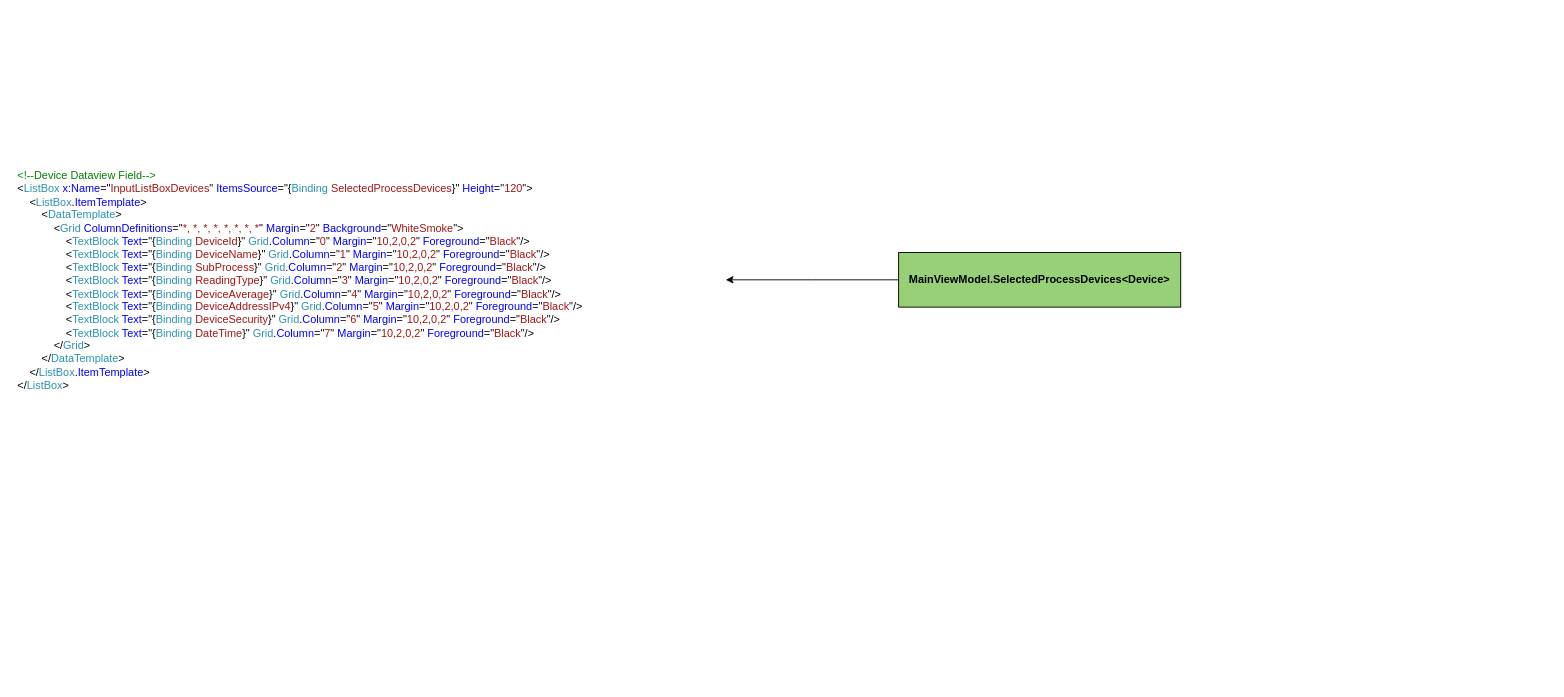
The draw.io diagram page "Logic MindMap" (8 of 8) of MyICSv2.1-LOGIC-GeneralSchema.drawio in reccejack/MyICS_2.1_Working, before the edit. Source tidied: cells renumbered, new cells numbered last; positions are measured from the earlier drawing's top-left corner, leaving out a move shared by most shapes. Both pictures are drawn from the tidied source at 91%, with x=0, y=0 at pixel (15, 152).
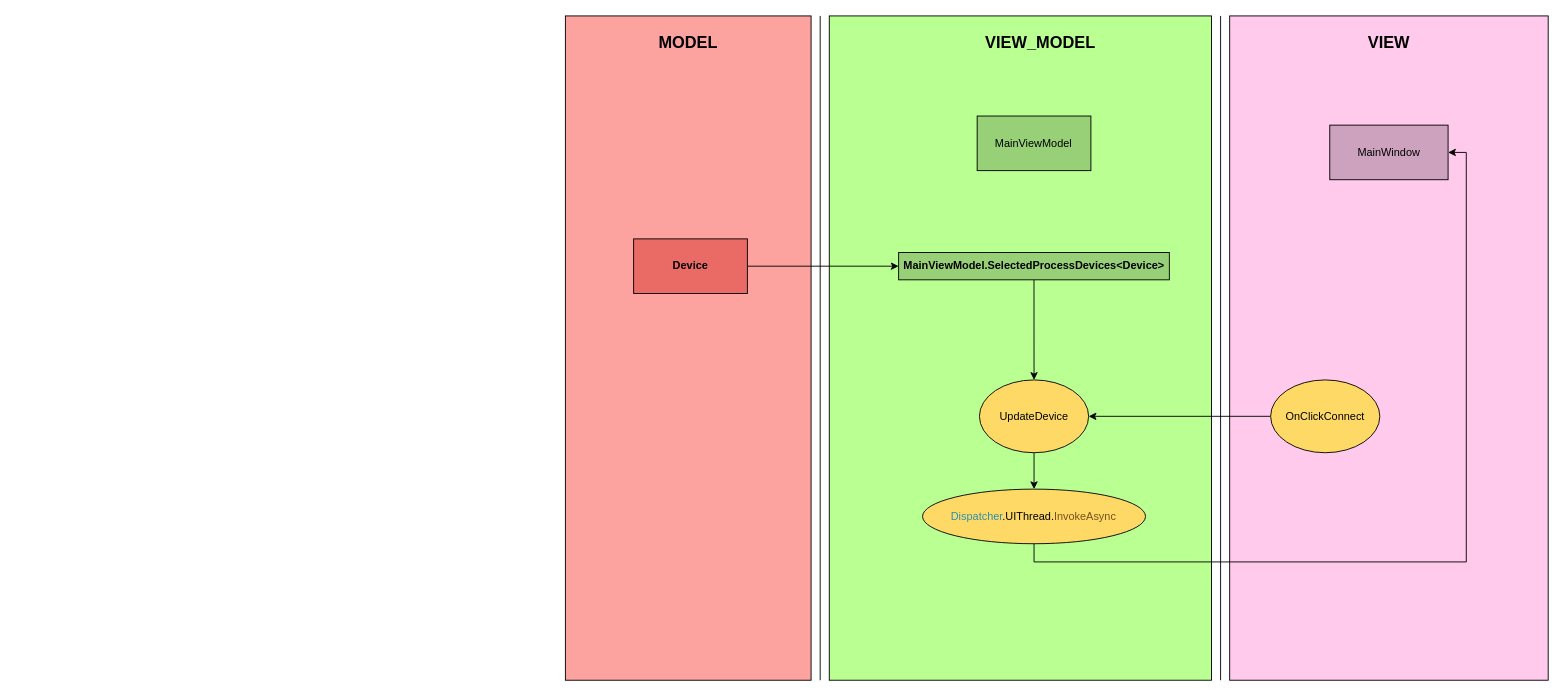
The same page after the edit.

Change to the diagram source:
```diff
@@
-    <mxCell id="2" value="&lt;pre style=&quot;font-family: &amp;quot;cascadia mono&amp;quot; ; font-size: 9pt ; color: #000000&quot;&gt;&lt;span style=&quot;color: #008000&quot;&gt;&amp;lt;!--Device Dataview Field--&amp;gt;&lt;/span&gt;&#10;&amp;lt;&lt;span style=&quot;color: #2b91af&quot;&gt;ListBox&lt;/span&gt; &lt;span style=&quot;color: #0000ff&quot;&gt;x:Name&lt;/span&gt;=&quot;&lt;span style=&quot;color: #a31515&quot;&gt;InputListBoxDevices&lt;/span&gt;&quot; &lt;span style=&quot;color: #0000ff&quot;&gt;ItemsSource&lt;/span&gt;=&quot;{&lt;span style=&quot;color: #2b91af&quot;&gt;Binding&lt;/span&gt; &lt;span style=&quot;color: #a31515&quot;&gt;SelectedProcessDevices&lt;/span&gt;}&quot; &lt;span style=&quot;color: #0000ff&quot;&gt;Height&lt;/span&gt;=&quot;&lt;span style=&quot;color: #a31515&quot;&gt;120&lt;/span&gt;&quot;&amp;gt;&#10;    &amp;lt;&lt;span style=&quot;color: #2b91af&quot;&gt;ListBox&lt;/span&gt;.&lt;span style=&quot;color: #0000ff&quot;&gt;ItemTemplate&lt;/span&gt;&amp;gt;&#10;        &amp;lt;&lt;span style=&quot;color: #2b91af&quot;&gt;DataTemplate&lt;/span&gt;&amp;gt;&#10;            &amp;lt;&lt;span style=&quot;color: #2b91af&quot;&gt;Grid&lt;/span&gt; &lt;span style=&quot;color: #0000ff&quot;&gt;ColumnDefinitions&lt;/span&gt;=&quot;&lt;span style=&quot;color: #a31515&quot;&gt;*, *, *, *, *, *, *, *&lt;/span&gt;&quot; &lt;span style=&quot;color: #0000ff&quot;&gt;Margin&lt;/span&gt;=&quot;&lt;span style=&quot;color: #a31515&quot;&gt;2&lt;/span&gt;&quot; &lt;span style=&quot;color: #0000ff&quot;&gt;Background&lt;/span&gt;=&quot;&lt;span style=&quot;color: #a31515&quot;&gt;WhiteSmoke&lt;/span&gt;&quot;&amp;gt;&#10;                &amp;lt;&lt;span style=&quot;color: #2b91af&quot;&gt;TextBlock&lt;/span&gt; &lt;span style=&quot;color: #0000ff&quot;&gt;Text&lt;/span&gt;=&quot;{&lt;span style=&quot;color: #2b91af&quot;&gt;Binding&lt;/span&gt; &lt;span style=&quot;color: #a31515&quot;&gt;DeviceId&lt;/span&gt;}&quot; &lt;span style=&quot;color: #2b91af&quot;&gt;Grid&lt;/span&gt;.&lt;span style=&quot;color: #0000ff&quot;&gt;Column&lt;/span&gt;=&quot;&lt;span style=&quot;color: #a31515&quot;&gt;0&lt;/span&gt;&quot; &lt;span style=&quot;color: #0000ff&quot;&gt;Margin&lt;/span&gt;=&quot;&lt;span style=&quot;color: #a31515&quot;&gt;10,2,0,2&lt;/span&gt;&quot; &lt;span style=&quot;color: #0000ff&quot;&gt;Foreground&lt;/span&gt;=&quot;&lt;span style=&quot;color: #a31515&quot;&gt;Black&lt;/span&gt;&quot;/&amp;gt;&#10;                &amp;lt;&lt;span style=&quot;color: #2b91af&quot;&gt;TextBlock&lt;/span&gt; &lt;span style=&quot;color: #0000ff&quot;&gt;Text&lt;/span&gt;=&quot;{&lt;span style=&quot;color: #2b91af&quot;&gt;Binding&lt;/span&gt; &lt;span style=&quot;color: #a31515&quot;&gt;DeviceName&lt;/span&gt;}&quot; &lt;span style=&quot;color: #2b91af&quot;&gt;Grid&lt;/span&gt;.&lt;span style=&quot;color: #0000ff&quot;&gt;Column&lt;/span&gt;=&quot;&lt;span style=&quot;color: #a31515&quot;&gt;1&lt;/span&gt;&quot; &lt;span style=&quot;color: #0000ff&quot;&gt;Margin&lt;/span&gt;=&quot;&lt;span style=&quot;color: #a31515&quot;&gt;10,2,0,2&lt;/span&gt;&quot; &lt;span style=&quot;color: #0000ff&quot;&gt;Foreground&lt;/span&gt;=&quot;&lt;span style=&quot;color: #a31515&quot;&gt;Black&lt;/span&gt;&quot;/&amp;gt;&#10;                &amp;lt;&lt;span style=&quot;color: #2b91af&quot;&gt;TextBlock&lt;/span&gt; &lt;span style=&quot;color: #0000ff&quot;&gt;Text&lt;/span&gt;=&quot;{&lt;span style=&quot;color: #2b91af&quot;&gt;Binding&lt;/span&gt; &lt;span style=&quot;color: #a31515&quot;&gt;SubProcess&lt;/span&gt;}&quot; &lt;span style=&quot;color: #2b91af&quot;&gt;Grid&lt;/span&gt;.&lt;span style=&quot;color: #0000ff&quot;&gt;Column&lt;/span&gt;=&quot;&lt;span style=&quot;color: #a31515&quot;&gt;2&lt;/span&gt;&quot; &lt;span style=&quot;color: #0000ff&quot;&gt;Margin&lt;/span&gt;=&quot;&lt;span style=&quot;color: #a31515&quot;&gt;10,2,0,2&lt;/span&gt;&quot; &lt;span style=&quot;color: #0000ff&quot;&gt;Foreground&lt;/span&gt;=&quot;&lt;span style=&quot;color: #a31515&quot;&gt;Black&lt;/span&gt;&quot;/&amp;gt;&#10;                &amp;lt;&lt;span style=&quot;color: #2b91af&quot;&gt;TextBlock&lt;/span&gt; &lt;span style=&quot;color: #0000ff&quot;&gt;Text&lt;/span&gt;=&quot;{&lt;span style=&quot;color: #2b91af&quot;&gt;Binding&lt;/span&gt; &lt;span style=&quot;color: #a31515&quot;&gt;ReadingType&lt;/span&gt;}&quot; &lt;span style=&quot;color: #2b91af&quot;&gt;Grid&lt;/span&gt;.&lt;span style=&quot;color: #0000ff&quot;&gt;Column&lt;/span&gt;=&quot;&lt;span style=&quot;color: #a31515&quot;&gt;3&lt;/span&gt;&quot; &lt;span style=&quot;color: #0000ff&quot;&gt;Margin&lt;/span&gt;=&quot;&lt;span style=&quot;color: #a31515&quot;&gt;10,2,0,2&lt;/span&gt;&quot; &lt;span style=&quot;color: #0000ff&quot;&gt;Foreground&lt;/span&gt;=&quot;&lt;span style=&quot;color: #a31515&quot;&gt;Black&lt;/span&gt;&quot;/&amp;gt;&#10;                &amp;lt;&lt;span style=&quot;color: #2b91af&quot;&gt;TextBlock&lt;/span&gt; &lt;span style=&quot;color: #0000ff&quot;&gt;Text&lt;/span&gt;=&quot;{&lt;span style=&quot;color: #2b91af&quot;&gt;Binding&lt;/span&gt; &lt;span style=&quot;color: #a31515&quot;&gt;DeviceAverage&lt;/span&gt;}&quot; &lt;span style=&quot;color: #2b91af&quot;&gt;Grid&lt;/span&gt;.&lt;span style=&quot;color: #0000ff&quot;&gt;Column&lt;/span&gt;=&quot;&lt;span style=&quot;color: #a31515&quot;&gt;4&lt;/span&gt;&quot; &lt;span style=&quot;color: #0000ff&quot;&gt;Margin&lt;/span&gt;=&quot;&lt;span style=&quot;color: #a31515&quot;&gt;10,2,0,2&lt;/span&gt;&quot; &lt;span style=&quot;color: #0000ff&quot;&gt;Foreground&lt;/span&gt;=&quot;&lt;span style=&quot;color: #a31515&quot;&gt;Black&lt;/span&gt;&quot;/&amp;gt;&#10;                &amp;lt;&lt;span style=&quot;color: #2b91af&quot;&gt;TextBlock&lt;/span&gt; &lt;span style=&quot;color: #0000ff&quot;&gt;Text&lt;/span&gt;=&quot;{&lt;span style=&quot;color: #2b91af&quot;&gt;Binding&lt;/span&gt; &lt;span style=&quot;color: #a31515&quot;&gt;DeviceAddressIPv4&lt;/span&gt;}&quot; &lt;span style=&quot;color: #2b91af&quot;&gt;Grid&lt;/span&gt;.&lt;span style=&quot;color: #0000ff&quot;&gt;Column&lt;/span&gt;=&quot;&lt;span style=&quot;color: #a31515&quot;&gt;5&lt;/span&gt;&quot; &lt;span style=&quot;color: #0000ff&quot;&gt;Margin&lt;/span&gt;=&quot;&lt;span style=&quot;color: #a31515&quot;&gt;10,2,0,2&lt;/span&gt;&quot; &lt;span style=&quot;color: #0000ff&quot;&gt;Foreground&lt;/span&gt;=&quot;&lt;span style=&quot;color: #a31515&quot;&gt;Black&lt;/span&gt;&quot;/&amp;gt;&#10;                &amp;lt;&lt;span style=&quot;color: #2b91af&quot;&gt;TextBlock&lt;/span&gt; &lt;span style=&quot;color: #0000ff&quot;&gt;Text&lt;/span&gt;=&quot;{&lt;span style=&quot;color: #2b91af&quot;&gt;Binding&lt;/span&gt; &lt;span style=&quot;color: #a31515&quot;&gt;DeviceSecurity&lt;/span&gt;}&quot; &lt;span style=&quot;color: #2b91af&quot;&gt;Grid&lt;/span&gt;.&lt;span style=&quot;color: #0000ff&quot;&gt;Column&lt;/span&gt;=&quot;&lt;span style=&quot;color: #a31515&quot;&gt;6&lt;/span&gt;&quot; &lt;span style=&quot;color: #0000ff&quot;&gt;Margin&lt;/span&gt;=&quot;&lt;span style=&quot;color: #a31515&quot;&gt;10,2,0,2&lt;/span&gt;&quot; &lt;span style=&quot;color: #0000ff&quot;&gt;Foreground&lt;/span&gt;=&quot;&lt;span style=&quot;color: #a31515&quot;&gt;Black&lt;/span&gt;&quot;/&amp;gt;&#10;                &amp;lt;&lt;span style=&quot;color: #2b91af&quot;&gt;TextBlock&lt;/span&gt; &lt;span style=&quot;color: #0000ff&quot;&gt;Text&lt;/span&gt;=&quot;{&lt;span style=&quot;color: #2b91af&quot;&gt;Binding&lt;/span&gt; &lt;span style=&quot;color: #a31515&quot;&gt;DateTime&lt;/span&gt;}&quot; &lt;span style=&quot;color: #2b91af&quot;&gt;Grid&lt;/span&gt;.&lt;span style=&quot;color: #0000ff&quot;&gt;Column&lt;/span&gt;=&quot;&lt;span style=&quot;color: #a31515&quot;&gt;7&lt;/span&gt;&quot; &lt;span style=&quot;color: #0000ff&quot;&gt;Margin&lt;/span&gt;=&quot;&lt;span style=&quot;color: #a31515&quot;&gt;10,2,0,2&lt;/span&gt;&quot; &lt;span style=&quot;color: #0000ff&quot;&gt;Foreground&lt;/span&gt;=&quot;&lt;span style=&quot;color: #a31515&quot;&gt;Black&lt;/span&gt;&quot;/&amp;gt;&#10;            &amp;lt;/&lt;span style=&quot;color: #2b91af&quot;&gt;Grid&lt;/span&gt;&amp;gt;&#10;        &amp;lt;/&lt;span style=&quot;color: #2b91af&quot;&gt;DataTemplate&lt;/span&gt;&amp;gt;&#10;    &amp;lt;/&lt;span style=&quot;color: #2b91af&quot;&gt;ListBox&lt;/span&gt;.&lt;span style=&quot;color: #0000ff&quot;&gt;ItemTemplate&lt;/span&gt;&amp;gt;&#10;&amp;lt;/&lt;span style=&quot;color: #2b91af&quot;&gt;ListBox&lt;/span&gt;&amp;gt;&lt;/pre&gt;" style="text;whiteSpace=wrap;html=1;" parent="1" vertex="1">
-      <mxGeometry width="550" height="280" as="geometry" />
-    </mxCell>
-    <mxCell id="3" style="edgeStyle=orthogonalEdgeStyle;rounded=0;jettySize=auto;html=1;exitX=0;exitY=0.5;exitDx=0;exitDy=0;" parent="1" edge="1" source="4">
-      <mxGeometry relative="1" as="geometry">
-        <mxPoint x="780" y="140" as="targetPoint" />
-      </mxGeometry>
-    </mxCell>
+    <mxCell id="5" style="rounded=0;whiteSpace=wrap;html=1;fillColor=#FCA3A0;" parent="1" vertex="1">
+      <mxGeometry x="603.8" y="-150" width="270" height="730" as="geometry" />
+    </mxCell>
+    <mxCell id="6" style="rounded=0;whiteSpace=wrap;html=1;fillColor=#B9FF92;" parent="1" vertex="1">
+      <mxGeometry x="893.8" y="-150" width="420" height="730" as="geometry" />
+    </mxCell>
+    <mxCell id="7" style="rounded=0;whiteSpace=wrap;html=1;fillColor=#FFCAEC;" parent="1" vertex="1">
+      <mxGeometry x="1333.8" y="-150" width="350" height="730" as="geometry" />
+    </mxCell>
+    <mxCell id="8" value="MainViewModel" style="rounded=0;whiteSpace=wrap;html=1;fillColor=#97D077;" parent="1" vertex="1">
+      <mxGeometry x="1056.3" y="-40" width="125" height="60" as="geometry" />
+    </mxCell>
+    <mxCell id="9" value="MainWindow" style="rounded=0;whiteSpace=wrap;html=1;fillColor=#CDA2BE;" parent="1" vertex="1">
+      <mxGeometry x="1443.8" y="-30" width="130" height="60" as="geometry" />
+    </mxCell>
+    <mxCell id="10" value="&lt;b&gt;&lt;font style=&quot;font-size: 18px&quot;&gt;VIEW&lt;/font&gt;&lt;/b&gt;" style="text;html=1;strokeColor=none;fillColor=none;align=center;verticalAlign=middle;whiteSpace=wrap;rounded=0;" parent="1" vertex="1">
+      <mxGeometry x="1473.8" y="-140" width="70" height="40" as="geometry" />
+    </mxCell>
+    <mxCell id="11" value="&lt;b&gt;&lt;font style=&quot;font-size: 18px&quot;&gt;VIEW_MODEL&lt;/font&gt;&lt;/b&gt;" style="text;html=1;strokeColor=none;fillColor=none;align=center;verticalAlign=middle;whiteSpace=wrap;rounded=0;" parent="1" vertex="1">
+      <mxGeometry x="1091.3" y="-140" width="70" height="40" as="geometry" />
+    </mxCell>
+    <mxCell id="12" value="&lt;b&gt;&lt;font style=&quot;font-size: 18px&quot;&gt;MODEL&lt;/font&gt;&lt;/b&gt;" style="text;html=1;strokeColor=none;fillColor=none;align=center;verticalAlign=middle;whiteSpace=wrap;rounded=0;" parent="1" vertex="1">
+      <mxGeometry x="703.8" y="-140" width="70" height="40" as="geometry" />
+    </mxCell>
+    <mxCell id="13" style="edgeStyle=orthogonalEdgeStyle;rounded=0;jettySize=auto;html=1;exitX=0.5;exitY=1;exitDx=0;exitDy=0;" parent="1" edge="1" source="14" target="22">
+      <mxGeometry relative="1" as="geometry" />
+    </mxCell>
+    <mxCell id="14" value="UpdateDevice" style="ellipse;whiteSpace=wrap;html=1;fillColor=#FFD966;" parent="1" vertex="1">
+      <mxGeometry x="1058.8" y="250" width="120" height="80" as="geometry" />
+    </mxCell>
+    <mxCell id="15" style="edgeStyle=orthogonalEdgeStyle;rounded=0;jettySize=auto;html=1;exitX=0;exitY=0.5;exitDx=0;exitDy=0;entryX=1;entryY=0.5;entryDx=0;entryDy=0;" parent="1" edge="1" source="16" target="14">
+      <mxGeometry relative="1" as="geometry" />
+    </mxCell>
+    <mxCell id="16" value="OnClickConnect" style="ellipse;whiteSpace=wrap;html=1;fillColor=#FFD966;" parent="1" vertex="1">
+      <mxGeometry x="1378.8" y="250" width="120" height="80" as="geometry" />
+    </mxCell>
+    <mxCell id="17" style="edgeStyle=orthogonalEdgeStyle;rounded=0;jettySize=auto;html=1;exitX=0.5;exitY=1;exitDx=0;exitDy=0;" parent="1" edge="1" source="4" target="14">
+      <mxGeometry relative="1" as="geometry" />
+    </mxCell>
     <mxCell id="4" value="&lt;b&gt;MainViewModel.SelectedProcessDevices&amp;lt;Device&amp;gt;&lt;/b&gt;" style="rounded=0;whiteSpace=wrap;html=1;fillColor=#97D077;" parent="1" vertex="1">
-      <mxGeometry x="970" y="110" width="310" height="60" as="geometry" />
+      <mxGeometry x="970" y="110" width="297.5" height="30" as="geometry" />
     </mxCell>
+    <mxCell id="18" style="endArrow=none;html=1;" parent="1" edge="1">
+      <mxGeometry relative="1" as="geometry">
+        <mxPoint x="1323.8" y="580" as="sourcePoint" />
+        <mxPoint x="1323.8" y="-150" as="targetPoint" />
+      </mxGeometry>
+    </mxCell>
+    <mxCell id="19" style="endArrow=none;html=1;" parent="1" edge="1">
+      <mxGeometry relative="1" as="geometry">
+        <mxPoint x="883.8" y="580" as="sourcePoint" />
+        <mxPoint x="883.8" y="-150" as="targetPoint" />
+      </mxGeometry>
+    </mxCell>
+    <mxCell id="20" value="&lt;pre style=&quot;font-family: &amp;#34;cascadia mono&amp;#34; ; font-size: 9pt ; color: #000000&quot;&gt;&lt;br&gt;&lt;/pre&gt;" style="text;whiteSpace=wrap;html=1;" parent="1" vertex="1">
+      <mxGeometry x="563.8" y="340" width="240" height="50" as="geometry" />
+    </mxCell>
+    <mxCell id="21" style="edgeStyle=orthogonalEdgeStyle;rounded=0;jettySize=auto;html=1;exitX=0.5;exitY=1;exitDx=0;exitDy=0;entryX=1;entryY=0.5;entryDx=0;entryDy=0;" parent="1" edge="1" source="22" target="9">
+      <mxGeometry relative="1" as="geometry" />
+    </mxCell>
+    <mxCell id="22" value="&lt;pre style=&quot;font-size: 9pt ; text-align: left ; font-family: &amp;#34;cascadia mono&amp;#34;&quot;&gt;&lt;span style=&quot;color: rgb(43 , 145 , 175)&quot;&gt;Dispatcher&lt;/span&gt;.UIThread.&lt;span style=&quot;color: rgb(116 , 83 , 31)&quot;&gt;InvokeAsync&lt;/span&gt;&lt;/pre&gt;" style="ellipse;whiteSpace=wrap;html=1;fillColor=#FFD966;" parent="1" vertex="1">
+      <mxGeometry x="996.3" y="370" width="245" height="60" as="geometry" />
+    </mxCell>
+    <mxCell id="23" style="edgeStyle=orthogonalEdgeStyle;rounded=0;jettySize=auto;html=1;exitX=1;exitY=0.5;exitDx=0;exitDy=0;entryX=0;entryY=0.5;entryDx=0;entryDy=0;" parent="1" edge="1" source="24" target="4">
+      <mxGeometry relative="1" as="geometry" />
+    </mxCell>
+    <mxCell id="24" value="&lt;b&gt;Device&lt;/b&gt;" style="rounded=0;whiteSpace=wrap;html=1;fillColor=#EA6B66;" parent="1" vertex="1">
+      <mxGeometry x="678.8" y="95" width="125" height="60" as="geometry" />
+    </mxCell>
```
